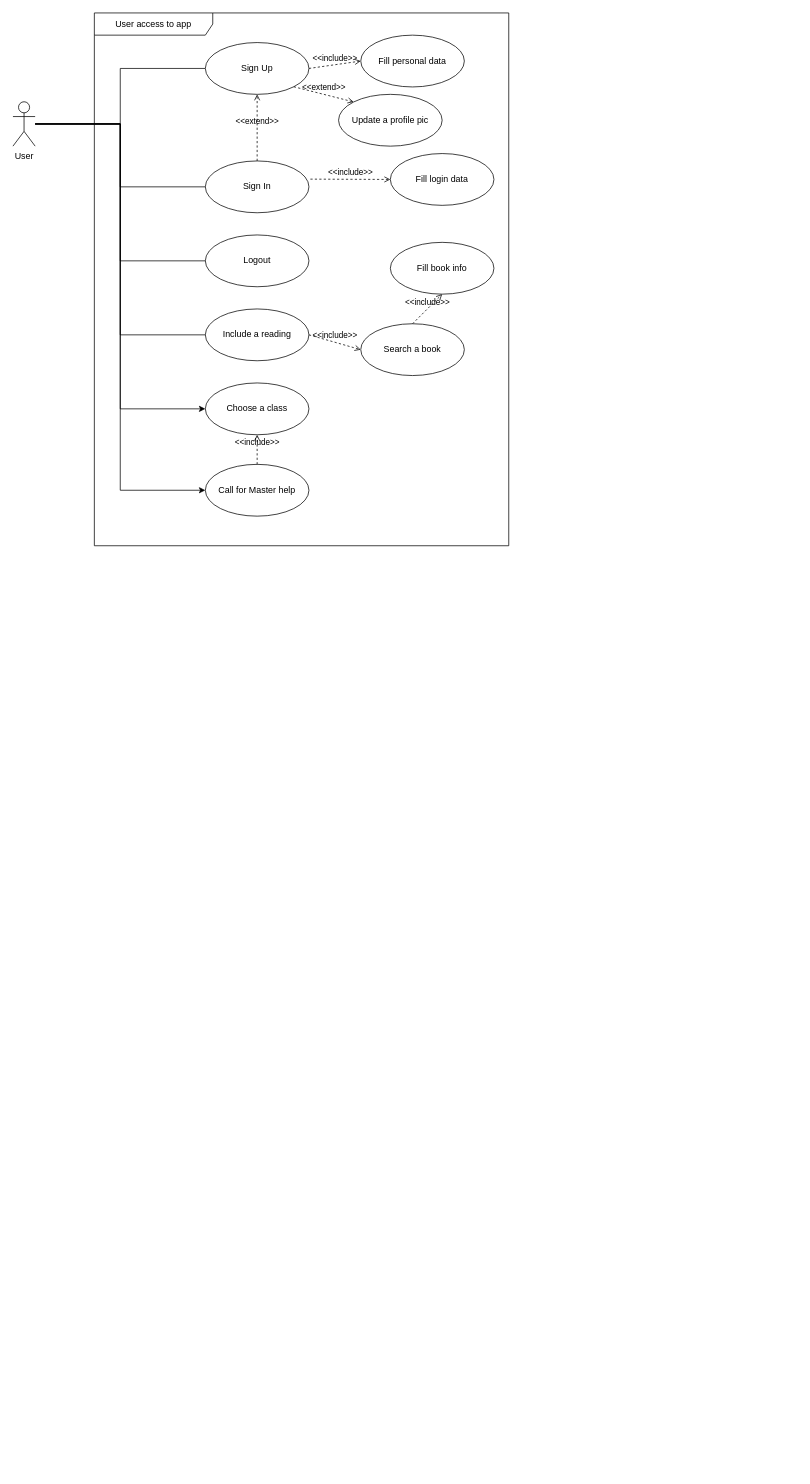
The draw.io diagram page "Use Case" (1 of 2) of Diagramas.drawio in dglsmrnh/bookquest-docs, before the edit. Source tidied: cells renumbered, new cells numbered last; positions are measured from the earlier drawing's top-left corner, leaving out a move shared by most shapes. Both pictures are drawn from the tidied source at 74%, with x=0, y=0 at pixel (13, 13).
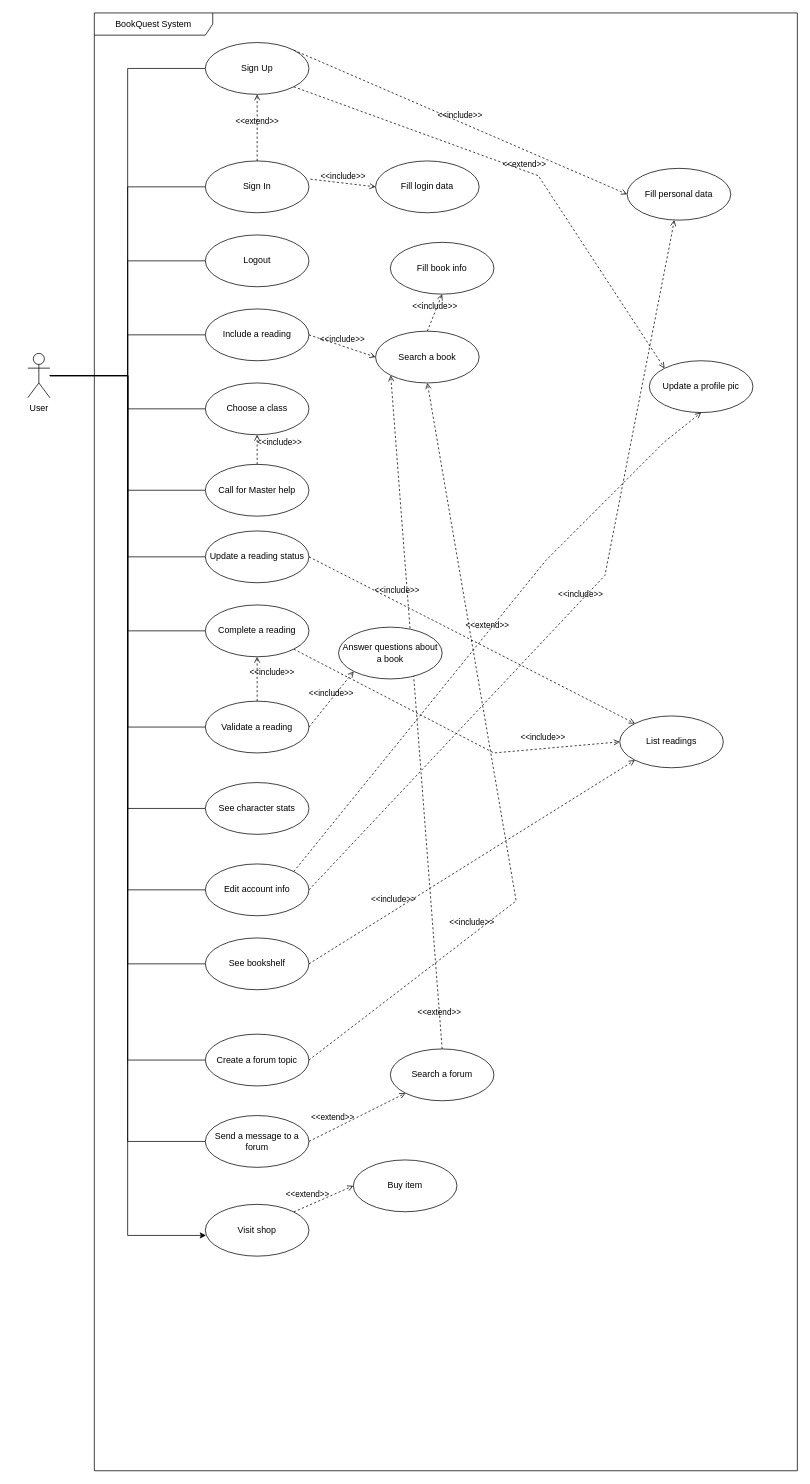
The same page after the edit.

Unchanged cells that the change refers to:
```xml
<mxCell id="10" value="Sign Up" style="ellipse;whiteSpace=wrap;html=1;" parent="9" vertex="1">
  <mxGeometry x="150" y="40" width="140" height="70" as="geometry" />
</mxCell>
<mxCell id="25" value="Choose a class" style="ellipse;whiteSpace=wrap;html=1;" parent="9" vertex="1">
  <mxGeometry x="150" y="500" width="140" height="70" as="geometry" />
</mxCell>
<mxCell id="26" value="Call for Master help" style="ellipse;whiteSpace=wrap;html=1;" parent="9" vertex="1">
  <mxGeometry x="150" y="610" width="140" height="70" as="geometry" />
</mxCell>
```

The edit, as a diff of the source:
```diff
@@
-    <mxCell id="6" style="edgeStyle=orthogonalEdgeStyle;rounded=0;jettySize=auto;html=1;entryX=0;entryY=0.5;entryDx=0;entryDy=0;" parent="1" edge="1" source="8" target="25">
+    <mxCell id="6" style="edgeStyle=orthogonalEdgeStyle;rounded=0;jettySize=auto;html=1;entryX=0;entryY=0.5;entryDx=0;entryDy=0;endArrow=none;endFill=0;" parent="1" edge="1" source="8" target="25">
       <mxGeometry relative="1" as="geometry" />
     </mxCell>
-    <mxCell id="7" style="edgeStyle=orthogonalEdgeStyle;rounded=0;jettySize=auto;html=1;entryX=0;entryY=0.5;entryDx=0;entryDy=0;" parent="1" edge="1" source="8" target="26">
+    <mxCell id="7" style="edgeStyle=orthogonalEdgeStyle;rounded=0;jettySize=auto;html=1;entryX=0;entryY=0.5;entryDx=0;entryDy=0;endArrow=none;endFill=0;" parent="1" edge="1" source="8" target="26">
       <mxGeometry relative="1" as="geometry" />
     </mxCell>
+    <mxCell id="28" style="edgeStyle=orthogonalEdgeStyle;rounded=0;jettySize=auto;html=1;entryX=0;entryY=0.5;entryDx=0;entryDy=0;endArrow=none;endFill=0;" parent="1" edge="1" source="8" target="38">
+      <mxGeometry relative="1" as="geometry" />
+    </mxCell>
+    <mxCell id="29" style="edgeStyle=orthogonalEdgeStyle;rounded=0;jettySize=auto;html=1;entryX=0;entryY=0.5;entryDx=0;entryDy=0;endArrow=none;endFill=0;" parent="1" edge="1" source="8" target="41">
+      <mxGeometry relative="1" as="geometry" />
+    </mxCell>
+    <mxCell id="30" style="edgeStyle=orthogonalEdgeStyle;rounded=0;jettySize=auto;html=1;entryX=0;entryY=0.5;entryDx=0;entryDy=0;endArrow=none;endFill=0;" parent="1" edge="1" source="8" target="43">
+      <mxGeometry relative="1" as="geometry" />
+    </mxCell>
+    <mxCell id="31" style="edgeStyle=orthogonalEdgeStyle;rounded=0;jettySize=auto;html=1;entryX=0;entryY=0.5;entryDx=0;entryDy=0;endArrow=none;endFill=0;" parent="1" edge="1" source="8" target="47">
+      <mxGeometry relative="1" as="geometry" />
+    </mxCell>
+    <mxCell id="32" style="edgeStyle=orthogonalEdgeStyle;rounded=0;jettySize=auto;html=1;entryX=0;entryY=0.5;entryDx=0;entryDy=0;endArrow=none;endFill=0;" parent="1" edge="1" source="8" target="48">
+      <mxGeometry relative="1" as="geometry" />
+    </mxCell>
+    <mxCell id="33" style="edgeStyle=orthogonalEdgeStyle;rounded=0;jettySize=auto;html=1;entryX=0;entryY=0.5;entryDx=0;entryDy=0;endArrow=none;endFill=0;" parent="1" edge="1" source="8" target="50">
+      <mxGeometry relative="1" as="geometry" />
+    </mxCell>
+    <mxCell id="34" style="edgeStyle=orthogonalEdgeStyle;rounded=0;jettySize=auto;html=1;entryX=0;entryY=0.5;entryDx=0;entryDy=0;endArrow=none;endFill=0;" parent="1" edge="1" source="8" target="52">
+      <mxGeometry relative="1" as="geometry" />
+    </mxCell>
+    <mxCell id="35" style="edgeStyle=orthogonalEdgeStyle;rounded=0;jettySize=auto;html=1;entryX=0;entryY=0.5;entryDx=0;entryDy=0;endArrow=none;endFill=0;" parent="1" edge="1" source="8" target="53">
+      <mxGeometry relative="1" as="geometry" />
+    </mxCell>
+    <mxCell id="36" style="edgeStyle=orthogonalEdgeStyle;rounded=0;jettySize=auto;html=1;entryX=0.007;entryY=0.6;entryDx=0;entryDy=0;entryPerimeter=0;" parent="1" edge="1" source="8" target="57">
+      <mxGeometry relative="1" as="geometry" />
+    </mxCell>
     <mxCell id="8" value="User" style="shape=umlActor;verticalLabelPosition=bottom;verticalAlign=top;html=1;" parent="1" vertex="1">
-      <mxGeometry y="120" width="30" height="60" as="geometry" />
+      <mxGeometry x="20" y="460" width="30" height="60" as="geometry" />
     </mxCell>
-    <mxCell id="9" value="User access to app" style="shape=umlFrame;whiteSpace=wrap;html=1;width=160;" parent="1" vertex="1">
-      <mxGeometry x="110" width="560" height="720" as="geometry" />
+    <mxCell id="9" value="BookQuest System" style="shape=umlFrame;whiteSpace=wrap;html=1;width=160;" parent="1" vertex="1">
+      <mxGeometry x="110" width="950" height="1970" as="geometry" />
     </mxCell>
+    <mxCell id="37" value="&amp;lt;&amp;lt;extend&amp;gt;&amp;gt;" style="html=1;verticalAlign=bottom;labelBackgroundColor=none;endArrow=open;endFill=0;dashed=1;rounded=0;exitX=0.5;exitY=0;exitDx=0;exitDy=0;entryX=0;entryY=1;entryDx=0;entryDy=0;" parent="9" edge="1" source="55" target="18">
+      <mxGeometry x="-0.91" y="1" relative="1" as="geometry" />
+    </mxCell>
@@
-    <mxCell id="14" value="Fill personal data" style="ellipse;whiteSpace=wrap;html=1;" parent="9" vertex="1">
-      <mxGeometry x="360" y="30" width="140" height="70" as="geometry" />
-    </mxCell>
-    <mxCell id="15" value="&amp;lt;&amp;lt;include&amp;gt;&amp;gt;" style="html=1;verticalAlign=bottom;labelBackgroundColor=none;endArrow=open;endFill=0;dashed=1;rounded=0;exitX=1;exitY=0.5;exitDx=0;exitDy=0;entryX=0;entryY=0.5;entryDx=0;entryDy=0;" parent="9" edge="1" source="10" target="14">
-      <mxGeometry relative="1" as="geometry" />
-    </mxCell>
     <mxCell id="16" value="Fill login data" style="ellipse;whiteSpace=wrap;html=1;" parent="9" vertex="1">
-      <mxGeometry x="400" y="190" width="140" height="70" as="geometry" />
+      <mxGeometry x="380" y="200" width="140" height="70" as="geometry" />
     </mxCell>
@@
     <mxCell id="18" value="Search a book" style="ellipse;whiteSpace=wrap;html=1;" parent="9" vertex="1">
-      <mxGeometry x="360" y="420" width="140" height="70" as="geometry" />
+      <mxGeometry x="380" y="430" width="140" height="70" as="geometry" />
     </mxCell>
@@
-    <mxCell id="23" value="Update a profile pic" style="ellipse;whiteSpace=wrap;html=1;" parent="9" vertex="1">
-      <mxGeometry x="330" y="110" width="140" height="70" as="geometry" />
-    </mxCell>
-    <mxCell id="24" value="&amp;lt;&amp;lt;extend&amp;gt;&amp;gt;" style="html=1;verticalAlign=bottom;labelBackgroundColor=none;endArrow=open;endFill=0;dashed=1;rounded=0;exitX=1;exitY=1;exitDx=0;exitDy=0;entryX=0;entryY=0;entryDx=0;entryDy=0;" parent="9" edge="1" source="10" target="23">
-      <mxGeometry relative="1" as="geometry" />
-    </mxCell>
@@
     <mxCell id="27" value="&amp;lt;&amp;lt;include&amp;gt;&amp;gt;" style="html=1;verticalAlign=bottom;labelBackgroundColor=none;endArrow=open;endFill=0;dashed=1;rounded=0;exitX=0.5;exitY=0;exitDx=0;exitDy=0;entryX=0.5;entryY=1;entryDx=0;entryDy=0;" parent="9" edge="1" source="26" target="25">
-      <mxGeometry relative="1" as="geometry" />
+      <mxGeometry y="-30" relative="1" as="geometry" />
     </mxCell>
+    <mxCell id="38" value="Update a reading status" style="ellipse;whiteSpace=wrap;html=1;" parent="9" vertex="1">
+      <mxGeometry x="150" y="700" width="140" height="70" as="geometry" />
+    </mxCell>
+    <mxCell id="39" value="List readings" style="ellipse;whiteSpace=wrap;html=1;" parent="9" vertex="1">
+      <mxGeometry x="710" y="950" width="140" height="70" as="geometry" />
+    </mxCell>
+    <mxCell id="40" value="&amp;lt;&amp;lt;include&amp;gt;&amp;gt;" style="html=1;verticalAlign=bottom;labelBackgroundColor=none;endArrow=open;endFill=0;dashed=1;rounded=0;exitX=1;exitY=0.5;exitDx=0;exitDy=0;entryX=0;entryY=0;entryDx=0;entryDy=0;" parent="9" edge="1" source="38" target="39">
+      <mxGeometry x="-0.47" y="6" relative="1" as="geometry" />
+    </mxCell>
+    <mxCell id="41" value="Complete a reading" style="ellipse;whiteSpace=wrap;html=1;" parent="9" vertex="1">
+      <mxGeometry x="150" y="800" width="140" height="70" as="geometry" />
+    </mxCell>
+    <mxCell id="42" value="&amp;lt;&amp;lt;include&amp;gt;&amp;gt;" style="html=1;verticalAlign=bottom;labelBackgroundColor=none;endArrow=open;endFill=0;dashed=1;rounded=0;exitX=1;exitY=1;exitDx=0;exitDy=0;entryX=0;entryY=0.5;entryDx=0;entryDy=0;" parent="9" edge="1" source="41" target="39">
+      <mxGeometry x="0.56" y="6" relative="1" as="geometry">
+        <Array as="points">
+          <mxPoint x="540" y="1000" />
+        </Array>
+      </mxGeometry>
+    </mxCell>
+    <mxCell id="43" value="Validate a reading" style="ellipse;whiteSpace=wrap;html=1;" parent="9" vertex="1">
+      <mxGeometry x="150" y="930" width="140" height="70" as="geometry" />
+    </mxCell>
+    <mxCell id="44" value="&amp;lt;&amp;lt;include&amp;gt;&amp;gt;" style="html=1;verticalAlign=bottom;labelBackgroundColor=none;endArrow=open;endFill=0;dashed=1;rounded=0;exitX=0.5;exitY=0;exitDx=0;exitDy=0;" parent="9" edge="1" source="43" target="41">
+      <mxGeometry y="-20" relative="1" as="geometry" />
+    </mxCell>
+    <mxCell id="45" value="Answer questions about a book" style="ellipse;whiteSpace=wrap;html=1;" parent="9" vertex="1">
+      <mxGeometry x="330" y="830" width="140" height="70" as="geometry" />
+    </mxCell>
+    <mxCell id="46" value="&amp;lt;&amp;lt;include&amp;gt;&amp;gt;" style="html=1;verticalAlign=bottom;labelBackgroundColor=none;endArrow=open;endFill=0;dashed=1;rounded=0;exitX=1;exitY=0.5;exitDx=0;exitDy=0;entryX=0;entryY=1;entryDx=0;entryDy=0;" parent="9" edge="1" source="43" target="45">
+      <mxGeometry relative="1" as="geometry" />
+    </mxCell>
+    <mxCell id="47" value="See character stats" style="ellipse;whiteSpace=wrap;html=1;" parent="9" vertex="1">
+      <mxGeometry x="150" y="1040" width="140" height="70" as="geometry" />
+    </mxCell>
+    <mxCell id="48" value="Edit account info" style="ellipse;whiteSpace=wrap;html=1;" parent="9" vertex="1">
+      <mxGeometry x="150" y="1150" width="140" height="70" as="geometry" />
+    </mxCell>
+    <mxCell id="14" value="Fill personal data" style="ellipse;whiteSpace=wrap;html=1;" parent="9" vertex="1">
+      <mxGeometry x="720" y="210" width="140" height="70" as="geometry" />
+    </mxCell>
+    <mxCell id="15" value="&amp;lt;&amp;lt;include&amp;gt;&amp;gt;" style="html=1;verticalAlign=bottom;labelBackgroundColor=none;endArrow=open;endFill=0;dashed=1;rounded=0;exitX=1;exitY=0;exitDx=0;exitDy=0;entryX=0;entryY=0.5;entryDx=0;entryDy=0;" parent="9" edge="1" source="10" target="14">
+      <mxGeometry relative="1" as="geometry" />
+    </mxCell>
+    <mxCell id="49" value="&amp;lt;&amp;lt;include&amp;gt;&amp;gt;" style="html=1;verticalAlign=bottom;labelBackgroundColor=none;endArrow=open;endFill=0;dashed=1;rounded=0;exitX=1;exitY=0.5;exitDx=0;exitDy=0;" parent="9" edge="1" source="48" target="14">
+      <mxGeometry relative="1" as="geometry">
+        <Array as="points">
+          <mxPoint x="690" y="760" />
+          <mxPoint x="780" y="300" />
+        </Array>
+      </mxGeometry>
+    </mxCell>
+    <mxCell id="50" value="See bookshelf" style="ellipse;whiteSpace=wrap;html=1;" parent="9" vertex="1">
+      <mxGeometry x="150" y="1250" width="140" height="70" as="geometry" />
+    </mxCell>
+    <mxCell id="51" value="&amp;lt;&amp;lt;include&amp;gt;&amp;gt;" style="html=1;verticalAlign=bottom;labelBackgroundColor=none;endArrow=open;endFill=0;dashed=1;rounded=0;exitX=1;exitY=0.5;exitDx=0;exitDy=0;entryX=0;entryY=1;entryDx=0;entryDy=0;" parent="9" edge="1" source="50" target="39">
+      <mxGeometry x="-0.47" y="6" relative="1" as="geometry" />
+    </mxCell>
+    <mxCell id="52" value="Create a forum topic" style="ellipse;whiteSpace=wrap;html=1;" parent="9" vertex="1">
+      <mxGeometry x="150" y="1380" width="140" height="70" as="geometry" />
+    </mxCell>
+    <mxCell id="53" value="Send a message to a forum" style="ellipse;whiteSpace=wrap;html=1;" parent="9" vertex="1">
+      <mxGeometry x="150" y="1490" width="140" height="70" as="geometry" />
+    </mxCell>
+    <mxCell id="54" value="&amp;lt;&amp;lt;include&amp;gt;&amp;gt;" style="html=1;verticalAlign=bottom;labelBackgroundColor=none;endArrow=open;endFill=0;dashed=1;rounded=0;exitX=1;exitY=0.5;exitDx=0;exitDy=0;entryX=0.5;entryY=1;entryDx=0;entryDy=0;" parent="9" edge="1" source="52" target="18">
+      <mxGeometry x="-0.47" y="6" relative="1" as="geometry">
+        <Array as="points">
+          <mxPoint x="570" y="1200" />
+        </Array>
+      </mxGeometry>
+    </mxCell>
+    <mxCell id="55" value="Search a forum" style="ellipse;whiteSpace=wrap;html=1;" parent="9" vertex="1">
+      <mxGeometry x="400" y="1400" width="140" height="70" as="geometry" />
+    </mxCell>
+    <mxCell id="56" value="&amp;lt;&amp;lt;extend&amp;gt;&amp;gt;" style="html=1;verticalAlign=bottom;labelBackgroundColor=none;endArrow=open;endFill=0;dashed=1;rounded=0;exitX=1;exitY=0.5;exitDx=0;exitDy=0;entryX=0;entryY=1;entryDx=0;entryDy=0;" parent="9" edge="1" source="53" target="55">
+      <mxGeometry x="-0.47" y="6" relative="1" as="geometry" />
+    </mxCell>
+    <mxCell id="57" value="Visit shop" style="ellipse;whiteSpace=wrap;html=1;" parent="9" vertex="1">
+      <mxGeometry x="150" y="1610" width="140" height="70" as="geometry" />
+    </mxCell>
+    <mxCell id="58" value="Buy item" style="ellipse;whiteSpace=wrap;html=1;" parent="9" vertex="1">
+      <mxGeometry x="350" y="1550" width="140" height="70" as="geometry" />
+    </mxCell>
+    <mxCell id="59" value="&amp;lt;&amp;lt;extend&amp;gt;&amp;gt;" style="html=1;verticalAlign=bottom;labelBackgroundColor=none;endArrow=open;endFill=0;dashed=1;rounded=0;exitX=1;exitY=0;exitDx=0;exitDy=0;entryX=0;entryY=0.5;entryDx=0;entryDy=0;" parent="9" edge="1" source="57" target="58">
+      <mxGeometry x="-0.47" y="6" relative="1" as="geometry" />
+    </mxCell>
+    <mxCell id="23" value="Update a profile pic" style="ellipse;whiteSpace=wrap;html=1;" parent="1" vertex="1">
+      <mxGeometry x="860" y="470" width="140" height="70" as="geometry" />
+    </mxCell>
+    <mxCell id="24" value="&amp;lt;&amp;lt;extend&amp;gt;&amp;gt;" style="html=1;verticalAlign=bottom;labelBackgroundColor=none;endArrow=open;endFill=0;dashed=1;rounded=0;exitX=1;exitY=1;exitDx=0;exitDy=0;entryX=0;entryY=0;entryDx=0;entryDy=0;" parent="1" edge="1" source="10" target="23">
+      <mxGeometry relative="1" as="geometry">
+        <Array as="points">
+          <mxPoint x="710" y="220" />
+        </Array>
+      </mxGeometry>
+    </mxCell>
+    <mxCell id="60" value="&amp;lt;&amp;lt;extend&amp;gt;&amp;gt;" style="html=1;verticalAlign=bottom;labelBackgroundColor=none;endArrow=open;endFill=0;dashed=1;rounded=0;exitX=1;exitY=0;exitDx=0;exitDy=0;entryX=0.5;entryY=1;entryDx=0;entryDy=0;" parent="1" edge="1" source="48" target="23">
+      <mxGeometry relative="1" as="geometry">
+        <Array as="points">
+          <mxPoint x="720" y="740" />
+          <mxPoint x="880" y="580" />
+        </Array>
+      </mxGeometry>
+    </mxCell>
```
